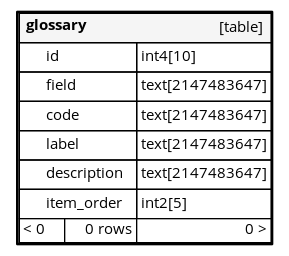
Before: docs/database/diagrams/orphans/glossary.1degree.png, a diagram exported from Graphviz (3liz/qgis-pgmetadata-plugin). Its source is kept beside it as docs/database/diagrams/orphans/glossary.1degree.dot. Its diagram source:
```dot
digraph "glossary" {
  graph [
    rankdir="RL"
    bgcolor="#ffffff"
    nodesep="0.18"
    ranksep="0.46"
    fontname="Helvetica"
    fontsize="11"
    ration="compress"
  ];
  node [
    fontname="Helvetica"
    fontsize="11"
    shape="plaintext"
  ];
  edge [
    arrowsize="0.8"
  ];
  "glossary" [
   label=<
    <TABLE BORDER="2" CELLBORDER="1" CELLSPACING="0" BGCOLOR="#ffffff">
      <TR><TD COLSPAN="4"  BGCOLOR="#f5f5f5"><TABLE BORDER="0" CELLSPACING="0"><TR><TD ALIGN="LEFT"><B>glossary</B></TD><TD ALIGN="RIGHT">[table]</TD></TR></TABLE></TD></TR>
      <TR><TD PORT="id" COLSPAN="2" ALIGN="LEFT"><TABLE BORDER="0" CELLSPACING="0" ALIGN="LEFT"><TR ALIGN="LEFT"><TD ALIGN="LEFT" FIXEDSIZE="TRUE" WIDTH="15" HEIGHT="16"></TD><TD ALIGN="LEFT" FIXEDSIZE="TRUE" WIDTH="67" HEIGHT="16">id</TD></TR></TABLE></TD><TD PORT="id.type" ALIGN="LEFT">int4[10]</TD></TR>
      <TR><TD PORT="field" COLSPAN="2" ALIGN="LEFT"><TABLE BORDER="0" CELLSPACING="0" ALIGN="LEFT"><TR ALIGN="LEFT"><TD ALIGN="LEFT" FIXEDSIZE="TRUE" WIDTH="15" HEIGHT="16"></TD><TD ALIGN="LEFT" FIXEDSIZE="TRUE" WIDTH="67" HEIGHT="16">field</TD></TR></TABLE></TD><TD PORT="field.type" ALIGN="LEFT">text[2147483647]</TD></TR>
      <TR><TD PORT="code" COLSPAN="2" ALIGN="LEFT"><TABLE BORDER="0" CELLSPACING="0" ALIGN="LEFT"><TR ALIGN="LEFT"><TD ALIGN="LEFT" FIXEDSIZE="TRUE" WIDTH="15" HEIGHT="16"></TD><TD ALIGN="LEFT" FIXEDSIZE="TRUE" WIDTH="67" HEIGHT="16">code</TD></TR></TABLE></TD><TD PORT="code.type" ALIGN="LEFT">text[2147483647]</TD></TR>
      <TR><TD PORT="label" COLSPAN="2" ALIGN="LEFT"><TABLE BORDER="0" CELLSPACING="0" ALIGN="LEFT"><TR ALIGN="LEFT"><TD ALIGN="LEFT" FIXEDSIZE="TRUE" WIDTH="15" HEIGHT="16"></TD><TD ALIGN="LEFT" FIXEDSIZE="TRUE" WIDTH="67" HEIGHT="16">label</TD></TR></TABLE></TD><TD PORT="label.type" ALIGN="LEFT">text[2147483647]</TD></TR>
      <TR><TD PORT="description" COLSPAN="2" ALIGN="LEFT"><TABLE BORDER="0" CELLSPACING="0" ALIGN="LEFT"><TR ALIGN="LEFT"><TD ALIGN="LEFT" FIXEDSIZE="TRUE" WIDTH="15" HEIGHT="16"></TD><TD ALIGN="LEFT" FIXEDSIZE="TRUE" WIDTH="67" HEIGHT="16">description</TD></TR></TABLE></TD><TD PORT="description.type" ALIGN="LEFT">text[2147483647]</TD></TR>
      <TR><TD PORT="item_order" COLSPAN="2" ALIGN="LEFT"><TABLE BORDER="0" CELLSPACING="0" ALIGN="LEFT"><TR ALIGN="LEFT"><TD ALIGN="LEFT" FIXEDSIZE="TRUE" WIDTH="15" HEIGHT="16"></TD><TD ALIGN="LEFT" FIXEDSIZE="TRUE" WIDTH="67" HEIGHT="16">item_order</TD></TR></TABLE></TD><TD PORT="item_order.type" ALIGN="LEFT">int2[5]</TD></TR>
      <TR><TD ALIGN="LEFT" BGCOLOR="#ffffff">&lt; 0</TD><TD ALIGN="RIGHT" BGCOLOR="#ffffff">0 rows</TD><TD ALIGN="RIGHT" BGCOLOR="#ffffff">0 &gt;</TD></TR>
    </TABLE>>
    URL="tables/glossary.html"
    target="_top"
    tooltip="glossary"
  ];
}
```
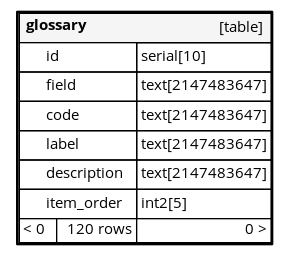
After the commit.

Change to the diagram source:
```diff
@@ -20,13 +20,13 @@
    label=<
     <TABLE BORDER="2" CELLBORDER="1" CELLSPACING="0" BGCOLOR="#ffffff">
       <TR><TD COLSPAN="4"  BGCOLOR="#f5f5f5"><TABLE BORDER="0" CELLSPACING="0"><TR><TD ALIGN="LEFT"><B>glossary</B></TD><TD ALIGN="RIGHT">[table]</TD></TR></TABLE></TD></TR>
-      <TR><TD PORT="id" COLSPAN="2" ALIGN="LEFT"><TABLE BORDER="0" CELLSPACING="0" ALIGN="LEFT"><TR ALIGN="LEFT"><TD ALIGN="LEFT" FIXEDSIZE="TRUE" WIDTH="15" HEIGHT="16"></TD><TD ALIGN="LEFT" FIXEDSIZE="TRUE" WIDTH="67" HEIGHT="16">id</TD></TR></TABLE></TD><TD PORT="id.type" ALIGN="LEFT">int4[10]</TD></TR>
+      <TR><TD PORT="id" COLSPAN="2" BGCOLOR="#ffffff" ALIGN="LEFT"><TABLE BORDER="0" CELLSPACING="0" ALIGN="LEFT"><TR ALIGN="LEFT"><TD ALIGN="LEFT" FIXEDSIZE="TRUE" WIDTH="15" HEIGHT="16"></TD><TD ALIGN="LEFT" FIXEDSIZE="TRUE" WIDTH="67" HEIGHT="16">id</TD></TR></TABLE></TD><TD PORT="id.type" ALIGN="LEFT">serial[10]</TD></TR>
       <TR><TD PORT="field" COLSPAN="2" ALIGN="LEFT"><TABLE BORDER="0" CELLSPACING="0" ALIGN="LEFT"><TR ALIGN="LEFT"><TD ALIGN="LEFT" FIXEDSIZE="TRUE" WIDTH="15" HEIGHT="16"></TD><TD ALIGN="LEFT" FIXEDSIZE="TRUE" WIDTH="67" HEIGHT="16">field</TD></TR></TABLE></TD><TD PORT="field.type" ALIGN="LEFT">text[2147483647]</TD></TR>
       <TR><TD PORT="code" COLSPAN="2" ALIGN="LEFT"><TABLE BORDER="0" CELLSPACING="0" ALIGN="LEFT"><TR ALIGN="LEFT"><TD ALIGN="LEFT" FIXEDSIZE="TRUE" WIDTH="15" HEIGHT="16"></TD><TD ALIGN="LEFT" FIXEDSIZE="TRUE" WIDTH="67" HEIGHT="16">code</TD></TR></TABLE></TD><TD PORT="code.type" ALIGN="LEFT">text[2147483647]</TD></TR>
       <TR><TD PORT="label" COLSPAN="2" ALIGN="LEFT"><TABLE BORDER="0" CELLSPACING="0" ALIGN="LEFT"><TR ALIGN="LEFT"><TD ALIGN="LEFT" FIXEDSIZE="TRUE" WIDTH="15" HEIGHT="16"></TD><TD ALIGN="LEFT" FIXEDSIZE="TRUE" WIDTH="67" HEIGHT="16">label</TD></TR></TABLE></TD><TD PORT="label.type" ALIGN="LEFT">text[2147483647]</TD></TR>
       <TR><TD PORT="description" COLSPAN="2" ALIGN="LEFT"><TABLE BORDER="0" CELLSPACING="0" ALIGN="LEFT"><TR ALIGN="LEFT"><TD ALIGN="LEFT" FIXEDSIZE="TRUE" WIDTH="15" HEIGHT="16"></TD><TD ALIGN="LEFT" FIXEDSIZE="TRUE" WIDTH="67" HEIGHT="16">description</TD></TR></TABLE></TD><TD PORT="description.type" ALIGN="LEFT">text[2147483647]</TD></TR>
       <TR><TD PORT="item_order" COLSPAN="2" ALIGN="LEFT"><TABLE BORDER="0" CELLSPACING="0" ALIGN="LEFT"><TR ALIGN="LEFT"><TD ALIGN="LEFT" FIXEDSIZE="TRUE" WIDTH="15" HEIGHT="16"></TD><TD ALIGN="LEFT" FIXEDSIZE="TRUE" WIDTH="67" HEIGHT="16">item_order</TD></TR></TABLE></TD><TD PORT="item_order.type" ALIGN="LEFT">int2[5]</TD></TR>
-      <TR><TD ALIGN="LEFT" BGCOLOR="#ffffff">&lt; 0</TD><TD ALIGN="RIGHT" BGCOLOR="#ffffff">0 rows</TD><TD ALIGN="RIGHT" BGCOLOR="#ffffff">0 &gt;</TD></TR>
+      <TR><TD ALIGN="LEFT" BGCOLOR="#ffffff">&lt; 0</TD><TD ALIGN="RIGHT" BGCOLOR="#ffffff">120 rows</TD><TD ALIGN="RIGHT" BGCOLOR="#ffffff">0 &gt;</TD></TR>
     </TABLE>>
     URL="tables/glossary.html"
     target="_top"
```
